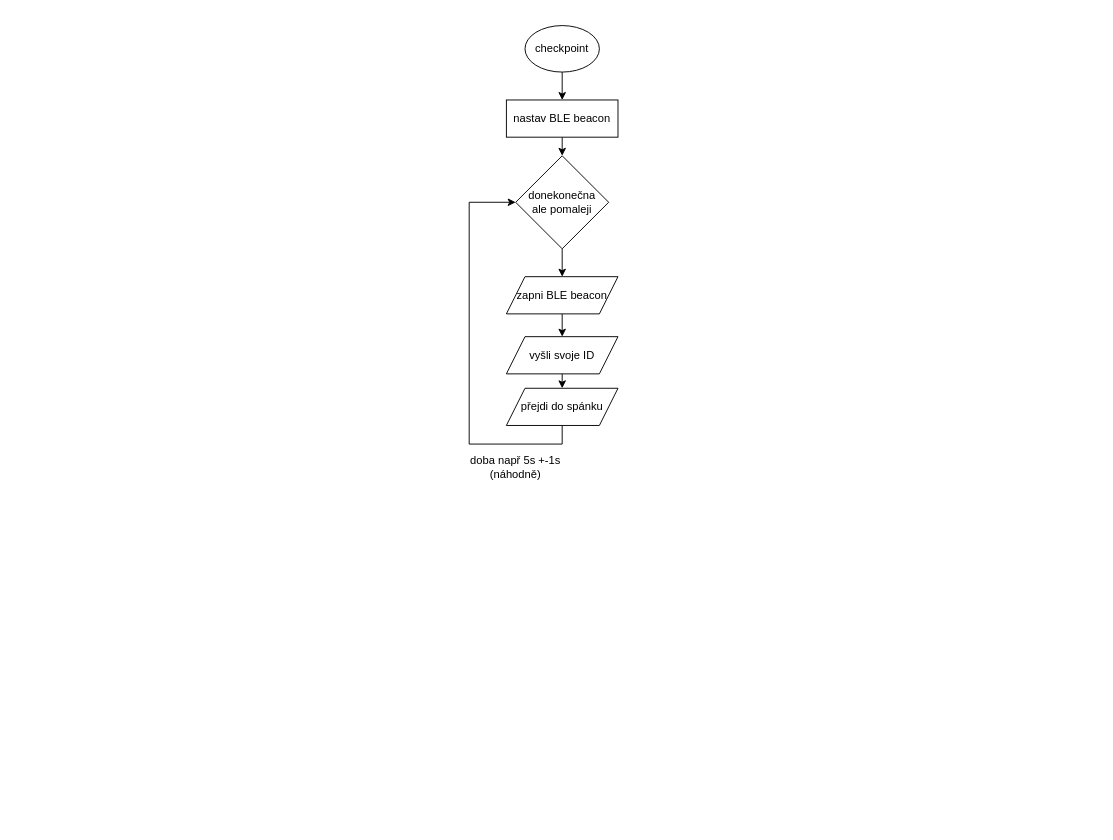
Before: docs/presnejsi vyvojak.drawio in AveryVio/FindMe-lovecka-hra, a draw.io diagram. Source tidied: cells renumbered, new cells numbered last; positions are measured from the earlier drawing's top-left corner, leaving out a move shared by most shapes. Both pictures are drawn from the tidied source at 93%, with x=0, y=0 at pixel (469, 25).
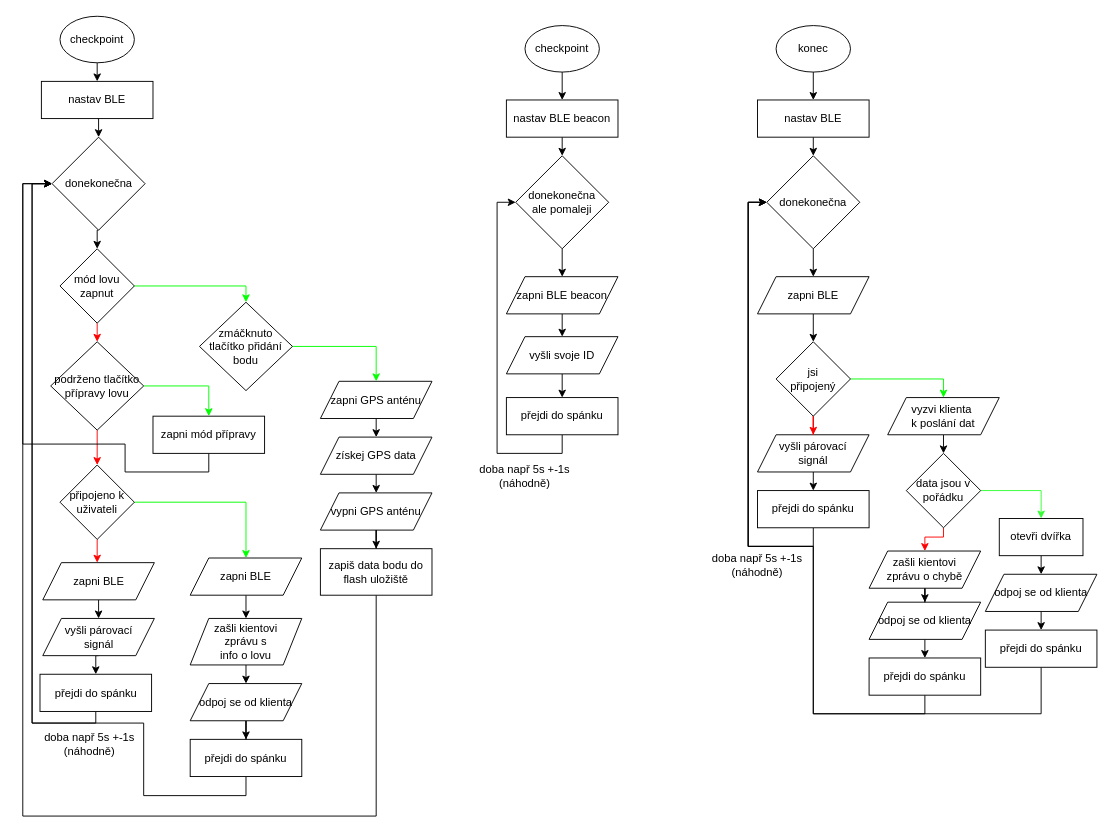
The same page after the edit.

The change refers to these unchanged cells:
```xml
<mxCell id="5" value="donekonečna&lt;div&gt;ale pomaleji&lt;/div&gt;" style="rhombus;whiteSpace=wrap;html=1;" parent="1" vertex="1">
  <mxGeometry x="50" y="140" width="100" height="100" as="geometry" />
</mxCell>
<mxCell id="11" value="vyšli svoje ID" style="shape=parallelogram;perimeter=parallelogramPerimeter;whiteSpace=wrap;html=1;fixedSize=1;" parent="1" vertex="1">
  <mxGeometry x="40" y="334.5" width="120" height="40" as="geometry" />
</mxCell>
```

Diff of the diagram source:
```diff
@@
-    <mxCell id="10" style="edgeStyle=orthogonalEdgeStyle;rounded=0;jettySize=auto;html=1;exitX=0.5;exitY=1;exitDx=0;exitDy=0;entryX=0.5;entryY=0;entryDx=0;entryDy=0;" parent="1" edge="1" source="11" target="13">
-      <mxGeometry relative="1" as="geometry" />
-    </mxCell>
+    <mxCell id="15" style="edgeStyle=orthogonalEdgeStyle;rounded=0;jettySize=auto;html=1;exitX=0.5;exitY=1;exitDx=0;exitDy=0;entryX=0.5;entryY=0;entryDx=0;entryDy=0;" parent="1" edge="1" source="11" target="33">
+      <mxGeometry relative="1" as="geometry" />
+    </mxCell>
@@
-    <mxCell id="12" style="edgeStyle=orthogonalEdgeStyle;rounded=0;jettySize=auto;html=1;exitX=0.5;exitY=1;exitDx=0;exitDy=0;entryX=0;entryY=0.5;entryDx=0;entryDy=0;" parent="1" edge="1" source="13" target="5">
-      <mxGeometry relative="1" as="geometry">
-        <Array as="points">
-          <mxPoint x="100" y="450" />
-          <mxPoint y="450" />
-          <mxPoint y="190" />
-        </Array>
-      </mxGeometry>
-    </mxCell>
-    <mxCell id="13" value="přejdi do spánku" style="shape=parallelogram;perimeter=parallelogramPerimeter;whiteSpace=wrap;html=1;fixedSize=1;" parent="1" vertex="1">
-      <mxGeometry x="40" y="390" width="120" height="40" as="geometry" />
-    </mxCell>
     <mxCell id="14" value="doba např 5s +-1s (náhodně)" style="text;html=1;align=center;verticalAlign=middle;whiteSpace=wrap;rounded=0;" parent="1" vertex="1">
-      <mxGeometry y="460" width="100" height="30" as="geometry" />
+      <mxGeometry x="10" y="470" width="100" height="30" as="geometry" />
     </mxCell>
+    <mxCell id="16" style="edgeStyle=orthogonalEdgeStyle;rounded=0;jettySize=auto;html=1;exitX=0.5;exitY=1;exitDx=0;exitDy=0;entryX=0.5;entryY=0;entryDx=0;entryDy=0;" parent="1" edge="1" source="17" target="21">
+      <mxGeometry relative="1" as="geometry" />
+    </mxCell>
+    <mxCell id="17" value="&lt;div&gt;konec&lt;/div&gt;" style="ellipse;whiteSpace=wrap;html=1;" parent="1" vertex="1">
+      <mxGeometry x="330" width="80" height="50" as="geometry" />
+    </mxCell>
+    <mxCell id="18" style="edgeStyle=orthogonalEdgeStyle;rounded=0;jettySize=auto;html=1;exitX=0.5;exitY=1;exitDx=0;exitDy=0;entryX=0.5;entryY=0;entryDx=0;entryDy=0;" parent="1" edge="1" source="19" target="23">
+      <mxGeometry relative="1" as="geometry" />
+    </mxCell>
+    <mxCell id="19" value="donekonečna" style="rhombus;whiteSpace=wrap;html=1;" parent="1" vertex="1">
+      <mxGeometry x="320" y="140" width="100" height="100" as="geometry" />
+    </mxCell>
+    <mxCell id="20" style="edgeStyle=orthogonalEdgeStyle;rounded=0;jettySize=auto;html=1;exitX=0.5;exitY=1;exitDx=0;exitDy=0;entryX=0.5;entryY=0;entryDx=0;entryDy=0;" parent="1" edge="1" source="21" target="19">
+      <mxGeometry relative="1" as="geometry" />
+    </mxCell>
+    <mxCell id="21" value="nastav BLE" style="rounded=0;whiteSpace=wrap;html=1;" parent="1" vertex="1">
+      <mxGeometry x="310" y="80" width="120" height="40" as="geometry" />
+    </mxCell>
+    <mxCell id="22" style="edgeStyle=orthogonalEdgeStyle;rounded=0;jettySize=auto;html=1;exitX=0.5;exitY=1;exitDx=0;exitDy=0;entryX=0.5;entryY=0;entryDx=0;entryDy=0;" parent="1" edge="1" source="23" target="31">
+      <mxGeometry relative="1" as="geometry" />
+    </mxCell>
+    <mxCell id="23" value="zapni BLE" style="shape=parallelogram;perimeter=parallelogramPerimeter;whiteSpace=wrap;html=1;fixedSize=1;" parent="1" vertex="1">
+      <mxGeometry x="310" y="270" width="120" height="40" as="geometry" />
+    </mxCell>
+    <mxCell id="24" style="edgeStyle=orthogonalEdgeStyle;rounded=0;jettySize=auto;html=1;exitX=0.5;exitY=1;exitDx=0;exitDy=0;entryX=0.5;entryY=0;entryDx=0;entryDy=0;" parent="1" edge="1" source="25" target="35">
+      <mxGeometry relative="1" as="geometry" />
+    </mxCell>
+    <mxCell id="25" value="vyšli párovací&lt;div&gt;signál&lt;/div&gt;" style="shape=parallelogram;perimeter=parallelogramPerimeter;whiteSpace=wrap;html=1;fixedSize=1;" parent="1" vertex="1">
+      <mxGeometry x="310" y="440" width="120" height="40" as="geometry" />
+    </mxCell>
+    <mxCell id="26" value="doba např 5s +-1s (náhodně)" style="text;html=1;align=center;verticalAlign=middle;whiteSpace=wrap;rounded=0;" parent="1" vertex="1">
+      <mxGeometry x="260" y="565" width="100" height="30" as="geometry" />
+    </mxCell>
+    <mxCell id="27" style="edgeStyle=orthogonalEdgeStyle;rounded=0;jettySize=auto;html=1;exitX=0.5;exitY=1;exitDx=0;exitDy=0;entryX=0.5;entryY=0;entryDx=0;entryDy=0;" parent="1" edge="1" source="28" target="38">
+      <mxGeometry relative="1" as="geometry" />
+    </mxCell>
+    <mxCell id="28" value="vyzvi klienta&amp;nbsp;&lt;div&gt;k poslání dat&lt;/div&gt;" style="shape=parallelogram;perimeter=parallelogramPerimeter;whiteSpace=wrap;html=1;fixedSize=1;" parent="1" vertex="1">
+      <mxGeometry x="450" y="400" width="120" height="40" as="geometry" />
+    </mxCell>
+    <mxCell id="29" style="edgeStyle=orthogonalEdgeStyle;rounded=0;jettySize=auto;html=1;exitX=0.5;exitY=1;exitDx=0;exitDy=0;strokeColor=#FF0000;" parent="1" edge="1" source="31" target="25">
+      <mxGeometry relative="1" as="geometry" />
+    </mxCell>
+    <mxCell id="30" style="edgeStyle=orthogonalEdgeStyle;rounded=0;jettySize=auto;html=1;exitX=1;exitY=0.5;exitDx=0;exitDy=0;entryX=0.5;entryY=0;entryDx=0;entryDy=0;fillColor=#00FF00;strokeColor=#00FF00;" parent="1" edge="1" source="31" target="28">
+      <mxGeometry relative="1" as="geometry" />
+    </mxCell>
+    <mxCell id="31" value="&lt;div&gt;jsi&lt;/div&gt;připojený" style="rhombus;whiteSpace=wrap;html=1;" parent="1" vertex="1">
+      <mxGeometry x="330" y="340" width="80" height="80" as="geometry" />
+    </mxCell>
+    <mxCell id="32" style="edgeStyle=orthogonalEdgeStyle;rounded=0;jettySize=auto;html=1;exitX=0.5;exitY=1;exitDx=0;exitDy=0;entryX=0;entryY=0.5;entryDx=0;entryDy=0;" parent="1" edge="1" source="33" target="5">
+      <mxGeometry relative="1" as="geometry" />
+    </mxCell>
+    <mxCell id="33" value="přejdi do spánku" style="rounded=0;whiteSpace=wrap;html=1;" parent="1" vertex="1">
+      <mxGeometry x="40" y="400" width="120" height="40" as="geometry" />
+    </mxCell>
+    <mxCell id="34" style="edgeStyle=orthogonalEdgeStyle;rounded=0;jettySize=auto;html=1;exitX=0.5;exitY=1;exitDx=0;exitDy=0;entryX=0;entryY=0.5;entryDx=0;entryDy=0;" parent="1" edge="1" source="35" target="19">
+      <mxGeometry relative="1" as="geometry" />
+    </mxCell>
+    <mxCell id="35" value="přejdi do spánku" style="rounded=0;whiteSpace=wrap;html=1;" parent="1" vertex="1">
+      <mxGeometry x="310" y="500" width="120" height="40" as="geometry" />
+    </mxCell>
+    <mxCell id="36" style="edgeStyle=orthogonalEdgeStyle;rounded=0;jettySize=auto;html=1;exitX=1;exitY=0.5;exitDx=0;exitDy=0;entryX=0.5;entryY=0;entryDx=0;entryDy=0;strokeColor=#33FF33;" parent="1" edge="1" source="38" target="40">
+      <mxGeometry relative="1" as="geometry" />
+    </mxCell>
+    <mxCell id="37" style="edgeStyle=orthogonalEdgeStyle;rounded=0;jettySize=auto;html=1;exitX=0.5;exitY=1;exitDx=0;exitDy=0;entryX=0.5;entryY=0;entryDx=0;entryDy=0;strokeColor=#FF0000;" parent="1" edge="1" source="38" target="46">
+      <mxGeometry relative="1" as="geometry">
+        <Array as="points">
+          <mxPoint x="510" y="550" />
+          <mxPoint x="490" y="550" />
+        </Array>
+      </mxGeometry>
+    </mxCell>
+    <mxCell id="38" value="data jsou v pořádku" style="rhombus;whiteSpace=wrap;html=1;" parent="1" vertex="1">
+      <mxGeometry x="470" y="460" width="80" height="80" as="geometry" />
+    </mxCell>
+    <mxCell id="39" style="edgeStyle=orthogonalEdgeStyle;rounded=0;jettySize=auto;html=1;exitX=0.5;exitY=1;exitDx=0;exitDy=0;entryX=0.5;entryY=0;entryDx=0;entryDy=0;" parent="1" edge="1" source="40" target="42">
+      <mxGeometry relative="1" as="geometry" />
+    </mxCell>
+    <mxCell id="40" value="otevři dvířka" style="rounded=0;whiteSpace=wrap;html=1;" parent="1" vertex="1">
+      <mxGeometry x="570" y="530" width="90" height="40" as="geometry" />
+    </mxCell>
+    <mxCell id="41" style="edgeStyle=orthogonalEdgeStyle;rounded=0;jettySize=auto;html=1;exitX=0.5;exitY=1;exitDx=0;exitDy=0;entryX=0.5;entryY=0;entryDx=0;entryDy=0;" parent="1" edge="1" source="42" target="44">
+      <mxGeometry relative="1" as="geometry" />
+    </mxCell>
+    <mxCell id="42" value="odpoj se od klienta" style="shape=parallelogram;perimeter=parallelogramPerimeter;whiteSpace=wrap;html=1;fixedSize=1;" parent="1" vertex="1">
+      <mxGeometry x="555" y="590" width="120" height="40" as="geometry" />
+    </mxCell>
+    <mxCell id="43" style="edgeStyle=orthogonalEdgeStyle;rounded=0;jettySize=auto;html=1;exitX=0.5;exitY=1;exitDx=0;exitDy=0;entryX=0;entryY=0.5;entryDx=0;entryDy=0;" parent="1" edge="1" source="44" target="19">
+      <mxGeometry relative="1" as="geometry">
+        <Array as="points">
+          <mxPoint x="615" y="740" />
+          <mxPoint x="370" y="740" />
+          <mxPoint x="370" y="560" />
+          <mxPoint x="300" y="560" />
+          <mxPoint x="300" y="190" />
+        </Array>
+      </mxGeometry>
+    </mxCell>
+    <mxCell id="44" value="přejdi do spánku" style="rounded=0;whiteSpace=wrap;html=1;" parent="1" vertex="1">
+      <mxGeometry x="555" y="650" width="120" height="40" as="geometry" />
+    </mxCell>
+    <mxCell id="45" style="edgeStyle=orthogonalEdgeStyle;rounded=0;jettySize=auto;html=1;exitX=0.5;exitY=1;exitDx=0;exitDy=0;" parent="1" edge="1" source="46" target="50">
+      <mxGeometry relative="1" as="geometry" />
+    </mxCell>
+    <mxCell id="46" value="zašli kientovi&lt;div&gt;zprávu o chybě&lt;/div&gt;" style="shape=parallelogram;perimeter=parallelogramPerimeter;whiteSpace=wrap;html=1;fixedSize=1;" parent="1" vertex="1">
+      <mxGeometry x="430" y="565" width="120" height="40" as="geometry" />
+    </mxCell>
+    <mxCell id="47" style="edgeStyle=orthogonalEdgeStyle;rounded=0;jettySize=auto;html=1;exitX=0.5;exitY=1;exitDx=0;exitDy=0;entryX=0;entryY=0.5;entryDx=0;entryDy=0;" parent="1" edge="1" source="48" target="19">
+      <mxGeometry relative="1" as="geometry">
+        <Array as="points">
+          <mxPoint x="490" y="740" />
+          <mxPoint x="370" y="740" />
+          <mxPoint x="370" y="560" />
+          <mxPoint x="300" y="560" />
+          <mxPoint x="300" y="190" />
+        </Array>
+      </mxGeometry>
+    </mxCell>
+    <mxCell id="48" value="přejdi do spánku" style="rounded=0;whiteSpace=wrap;html=1;" parent="1" vertex="1">
+      <mxGeometry x="430" y="680" width="120" height="40" as="geometry" />
+    </mxCell>
+    <mxCell id="49" style="edgeStyle=orthogonalEdgeStyle;rounded=0;jettySize=auto;html=1;exitX=0.5;exitY=1;exitDx=0;exitDy=0;entryX=0.5;entryY=0;entryDx=0;entryDy=0;" parent="1" edge="1" source="50" target="48">
+      <mxGeometry relative="1" as="geometry" />
+    </mxCell>
+    <mxCell id="50" value="odpoj se od klienta" style="shape=parallelogram;perimeter=parallelogramPerimeter;whiteSpace=wrap;html=1;fixedSize=1;" parent="1" vertex="1">
+      <mxGeometry x="430" y="620" width="120" height="40" as="geometry" />
+    </mxCell>
+    <mxCell id="51" style="edgeStyle=orthogonalEdgeStyle;rounded=0;jettySize=auto;html=1;exitX=0.5;exitY=1;exitDx=0;exitDy=0;entryX=0.5;entryY=0;entryDx=0;entryDy=0;" parent="1" edge="1" source="52" target="56">
+      <mxGeometry relative="1" as="geometry" />
+    </mxCell>
+    <mxCell id="52" value="&lt;div&gt;checkpoin&lt;span style=&quot;background-color: initial;&quot;&gt;t&lt;/span&gt;&lt;/div&gt;" style="ellipse;whiteSpace=wrap;html=1;" parent="1" vertex="1">
+      <mxGeometry x="-440" y="-10" width="80" height="50" as="geometry" />
+    </mxCell>
+    <mxCell id="53" style="edgeStyle=orthogonalEdgeStyle;rounded=0;jettySize=auto;html=1;exitX=0.5;exitY=1;exitDx=0;exitDy=0;entryX=0.5;entryY=0;entryDx=0;entryDy=0;" parent="1" edge="1" source="54" target="77">
+      <mxGeometry relative="1" as="geometry" />
+    </mxCell>
+    <mxCell id="54" value="donekonečna" style="rhombus;whiteSpace=wrap;html=1;" parent="1" vertex="1">
+      <mxGeometry x="-448.5" y="120" width="100" height="100" as="geometry" />
+    </mxCell>
+    <mxCell id="55" style="edgeStyle=orthogonalEdgeStyle;rounded=0;jettySize=auto;html=1;exitX=0.5;exitY=1;exitDx=0;exitDy=0;entryX=0.5;entryY=0;entryDx=0;entryDy=0;" parent="1" edge="1" source="56" target="54">
+      <mxGeometry relative="1" as="geometry" />
+    </mxCell>
+    <mxCell id="56" value="nastav BLE" style="rounded=0;whiteSpace=wrap;html=1;" parent="1" vertex="1">
+      <mxGeometry x="-460" y="60" width="120" height="40" as="geometry" />
+    </mxCell>
+    <mxCell id="57" value="doba např 5s +-1s (náhodně)" style="text;html=1;align=center;verticalAlign=middle;whiteSpace=wrap;rounded=0;" parent="1" vertex="1">
+      <mxGeometry x="-458.5" y="757.5" width="100" height="30" as="geometry" />
+    </mxCell>
+    <mxCell id="58" style="edgeStyle=orthogonalEdgeStyle;rounded=0;jettySize=auto;html=1;exitX=0.5;exitY=1;exitDx=0;exitDy=0;entryX=0.5;entryY=0;entryDx=0;entryDy=0;" parent="1" edge="1" source="59" target="61">
+      <mxGeometry relative="1" as="geometry" />
+    </mxCell>
+    <mxCell id="59" value="zapni GPS anténu" style="shape=parallelogram;perimeter=parallelogramPerimeter;whiteSpace=wrap;html=1;fixedSize=1;" parent="1" vertex="1">
+      <mxGeometry x="-160" y="382.5" width="120" height="40" as="geometry" />
+    </mxCell>
+    <mxCell id="60" style="edgeStyle=orthogonalEdgeStyle;rounded=0;jettySize=auto;html=1;exitX=0.5;exitY=1;exitDx=0;exitDy=0;entryX=0.5;entryY=0;entryDx=0;entryDy=0;" parent="1" edge="1" source="61" target="63">
+      <mxGeometry relative="1" as="geometry" />
+    </mxCell>
+    <mxCell id="61" value="získej GPS data" style="shape=parallelogram;perimeter=parallelogramPerimeter;whiteSpace=wrap;html=1;fixedSize=1;" parent="1" vertex="1">
+      <mxGeometry x="-160" y="442.5" width="120" height="40" as="geometry" />
+    </mxCell>
+    <mxCell id="62" style="edgeStyle=orthogonalEdgeStyle;rounded=0;jettySize=auto;html=1;exitX=0.5;exitY=1;exitDx=0;exitDy=0;" parent="1" edge="1" source="63" target="67">
+      <mxGeometry relative="1" as="geometry" />
+    </mxCell>
+    <mxCell id="63" value="vypni GPS anténu" style="shape=parallelogram;perimeter=parallelogramPerimeter;whiteSpace=wrap;html=1;fixedSize=1;" parent="1" vertex="1">
+      <mxGeometry x="-160" y="502.5" width="120" height="40" as="geometry" />
+    </mxCell>
+    <mxCell id="64" style="edgeStyle=orthogonalEdgeStyle;rounded=0;jettySize=auto;html=1;exitX=0.5;exitY=1;exitDx=0;exitDy=0;entryX=0.5;entryY=0;entryDx=0;entryDy=0;" parent="1" edge="1" source="65" target="79">
+      <mxGeometry relative="1" as="geometry" />
+    </mxCell>
+    <mxCell id="65" value="zapni BLE" style="shape=parallelogram;perimeter=parallelogramPerimeter;whiteSpace=wrap;html=1;fixedSize=1;" parent="1" vertex="1">
+      <mxGeometry x="-458.5" y="577.5" width="120" height="40" as="geometry" />
+    </mxCell>
+    <mxCell id="66" style="edgeStyle=orthogonalEdgeStyle;rounded=0;jettySize=auto;html=1;exitX=0.5;exitY=1;exitDx=0;exitDy=0;entryX=0;entryY=0.5;entryDx=0;entryDy=0;" parent="1" edge="1" source="67" target="54">
+      <mxGeometry relative="1" as="geometry">
+        <Array as="points">
+          <mxPoint x="-100" y="850" />
+          <mxPoint x="-480" y="850" />
+          <mxPoint x="-480" y="170" />
+        </Array>
+      </mxGeometry>
+    </mxCell>
+    <mxCell id="67" value="zapiš data bodu do flash uložiště" style="rounded=0;whiteSpace=wrap;html=1;" parent="1" vertex="1">
+      <mxGeometry x="-160" y="562.5" width="120" height="50" as="geometry" />
+    </mxCell>
+    <mxCell id="68" style="edgeStyle=orthogonalEdgeStyle;rounded=0;jettySize=auto;html=1;exitX=1;exitY=0.5;exitDx=0;exitDy=0;entryX=0.5;entryY=0;entryDx=0;entryDy=0;strokeColor=#00FF00;" parent="1" edge="1" source="69" target="59">
+      <mxGeometry relative="1" as="geometry" />
+    </mxCell>
+    <mxCell id="69" value="zmáčknuto tlačítko přidání bodu" style="rhombus;whiteSpace=wrap;html=1;" parent="1" vertex="1">
+      <mxGeometry x="-290" y="297.5" width="100" height="95" as="geometry" />
+    </mxCell>
+    <mxCell id="70" style="edgeStyle=orthogonalEdgeStyle;rounded=0;jettySize=auto;html=1;exitX=0.5;exitY=1;exitDx=0;exitDy=0;entryX=0.5;entryY=0;entryDx=0;entryDy=0;strokeColor=#FF0000;" parent="1" edge="1" source="72" target="84">
+      <mxGeometry relative="1" as="geometry" />
+    </mxCell>
+    <mxCell id="71" style="edgeStyle=orthogonalEdgeStyle;rounded=0;jettySize=auto;html=1;exitX=1;exitY=0.5;exitDx=0;exitDy=0;entryX=0.5;entryY=0;entryDx=0;entryDy=0;strokeColor=#00FF00;" parent="1" edge="1" source="72" target="74">
+      <mxGeometry relative="1" as="geometry" />
+    </mxCell>
+    <mxCell id="72" value="podrženo tlačítko přípravy lovu" style="rhombus;whiteSpace=wrap;html=1;" parent="1" vertex="1">
+      <mxGeometry x="-450" y="340" width="100" height="95" as="geometry" />
+    </mxCell>
+    <mxCell id="73" style="edgeStyle=orthogonalEdgeStyle;rounded=0;jettySize=auto;html=1;exitX=0.5;exitY=1;exitDx=0;exitDy=0;entryX=0;entryY=0.5;entryDx=0;entryDy=0;" parent="1" edge="1" source="74" target="54">
+      <mxGeometry relative="1" as="geometry">
+        <Array as="points">
+          <mxPoint x="-280" y="480" />
+          <mxPoint x="-370" y="480" />
+          <mxPoint x="-370" y="450" />
+          <mxPoint x="-480" y="450" />
+          <mxPoint x="-480" y="170" />
+        </Array>
+      </mxGeometry>
+    </mxCell>
+    <mxCell id="74" value="zapni mód přípravy" style="rounded=0;whiteSpace=wrap;html=1;" parent="1" vertex="1">
+      <mxGeometry x="-340" y="420" width="120" height="40" as="geometry" />
+    </mxCell>
+    <mxCell id="75" style="edgeStyle=orthogonalEdgeStyle;rounded=0;jettySize=auto;html=1;exitX=0.5;exitY=1;exitDx=0;exitDy=0;entryX=0.5;entryY=0;entryDx=0;entryDy=0;strokeColor=#FF0000;" parent="1" edge="1" source="77" target="72">
+      <mxGeometry relative="1" as="geometry" />
+    </mxCell>
+    <mxCell id="76" style="edgeStyle=orthogonalEdgeStyle;rounded=0;jettySize=auto;html=1;exitX=1;exitY=0.5;exitDx=0;exitDy=0;entryX=0.5;entryY=0;entryDx=0;entryDy=0;strokeColor=#00FF00;" parent="1" edge="1" source="77" target="69">
+      <mxGeometry relative="1" as="geometry">
+        <Array as="points">
+          <mxPoint x="-240" y="280" />
+        </Array>
+      </mxGeometry>
+    </mxCell>
+    <mxCell id="77" value="mód lovu zapnut" style="rhombus;whiteSpace=wrap;html=1;" parent="1" vertex="1">
+      <mxGeometry x="-440" y="240" width="80" height="80" as="geometry" />
+    </mxCell>
+    <mxCell id="78" style="edgeStyle=orthogonalEdgeStyle;rounded=0;jettySize=auto;html=1;exitX=0.5;exitY=1;exitDx=0;exitDy=0;entryX=0.5;entryY=0;entryDx=0;entryDy=0;" parent="1" edge="1" source="79" target="81">
+      <mxGeometry relative="1" as="geometry" />
+    </mxCell>
+    <mxCell id="79" value="vyšli párovací&lt;div&gt;signál&lt;/div&gt;" style="shape=parallelogram;perimeter=parallelogramPerimeter;whiteSpace=wrap;html=1;fixedSize=1;" parent="1" vertex="1">
+      <mxGeometry x="-458.5" y="637.5" width="120" height="40" as="geometry" />
+    </mxCell>
+    <mxCell id="80" style="edgeStyle=orthogonalEdgeStyle;rounded=0;jettySize=auto;html=1;exitX=0.5;exitY=1;exitDx=0;exitDy=0;entryX=0;entryY=0.5;entryDx=0;entryDy=0;" parent="1" edge="1" source="81" target="54">
+      <mxGeometry relative="1" as="geometry">
+        <Array as="points">
+          <mxPoint x="-401" y="750" />
+          <mxPoint x="-470" y="750" />
+          <mxPoint x="-470" y="170" />
+        </Array>
+      </mxGeometry>
+    </mxCell>
+    <mxCell id="81" value="přejdi do spánku" style="rounded=0;whiteSpace=wrap;html=1;" parent="1" vertex="1">
+      <mxGeometry x="-461.5" y="697.5" width="120" height="40" as="geometry" />
+    </mxCell>
+    <mxCell id="82" style="edgeStyle=orthogonalEdgeStyle;rounded=0;jettySize=auto;html=1;exitX=0.5;exitY=1;exitDx=0;exitDy=0;strokeColor=#FF0000;" parent="1" edge="1" source="84" target="65">
+      <mxGeometry relative="1" as="geometry">
+        <Array as="points">
+          <mxPoint x="-400" y="580" />
+          <mxPoint x="-400" y="580" />
+        </Array>
+      </mxGeometry>
+    </mxCell>
+    <mxCell id="83" style="edgeStyle=orthogonalEdgeStyle;rounded=0;jettySize=auto;html=1;exitX=1;exitY=0.5;exitDx=0;exitDy=0;entryX=0.5;entryY=0;entryDx=0;entryDy=0;fillColor=#00FF00;strokeColor=#00FF00;" parent="1" edge="1" source="84" target="88">
+      <mxGeometry relative="1" as="geometry" />
+    </mxCell>
+    <mxCell id="84" value="připojeno k uživateli" style="rhombus;whiteSpace=wrap;html=1;" parent="1" vertex="1">
+      <mxGeometry x="-440" y="472.5" width="80" height="80" as="geometry" />
+    </mxCell>
+    <mxCell id="85" style="edgeStyle=orthogonalEdgeStyle;rounded=0;jettySize=auto;html=1;exitX=0.5;exitY=1;exitDx=0;exitDy=0;entryX=0.5;entryY=0;entryDx=0;entryDy=0;" parent="1" edge="1" source="86" target="92">
+      <mxGeometry relative="1" as="geometry" />
+    </mxCell>
+    <mxCell id="86" value="zašli kientovi&lt;div&gt;zprávu s&lt;/div&gt;&lt;div&gt;info o lovu&lt;/div&gt;" style="shape=parallelogram;perimeter=parallelogramPerimeter;whiteSpace=wrap;html=1;fixedSize=1;" parent="1" vertex="1">
+      <mxGeometry x="-300" y="637.5" width="120" height="50" as="geometry" />
+    </mxCell>
+    <mxCell id="87" style="edgeStyle=orthogonalEdgeStyle;rounded=0;jettySize=auto;html=1;exitX=0.5;exitY=1;exitDx=0;exitDy=0;entryX=0.5;entryY=0;entryDx=0;entryDy=0;" parent="1" edge="1" source="88" target="86">
+      <mxGeometry relative="1" as="geometry" />
+    </mxCell>
+    <mxCell id="88" value="zapni BLE" style="shape=parallelogram;perimeter=parallelogramPerimeter;whiteSpace=wrap;html=1;fixedSize=1;" parent="1" vertex="1">
+      <mxGeometry x="-300" y="572.5" width="120" height="40" as="geometry" />
+    </mxCell>
+    <mxCell id="89" style="edgeStyle=orthogonalEdgeStyle;rounded=0;jettySize=auto;html=1;exitX=0.5;exitY=1;exitDx=0;exitDy=0;entryX=0;entryY=0.5;entryDx=0;entryDy=0;" parent="1" edge="1" source="90" target="54">
+      <mxGeometry relative="1" as="geometry">
+        <Array as="points">
+          <mxPoint x="-240" y="828" />
+          <mxPoint x="-350" y="828" />
+          <mxPoint x="-350" y="750" />
+          <mxPoint x="-470" y="750" />
+          <mxPoint x="-470" y="170" />
+        </Array>
+      </mxGeometry>
+    </mxCell>
+    <mxCell id="90" value="přejdi do spánku" style="rounded=0;whiteSpace=wrap;html=1;" parent="1" vertex="1">
+      <mxGeometry x="-300" y="767.5" width="120" height="40" as="geometry" />
+    </mxCell>
+    <mxCell id="91" style="edgeStyle=orthogonalEdgeStyle;rounded=0;jettySize=auto;html=1;exitX=0.5;exitY=1;exitDx=0;exitDy=0;" parent="1" edge="1" source="92" target="90">
+      <mxGeometry relative="1" as="geometry" />
+    </mxCell>
+    <mxCell id="92" value="odpoj se od klienta" style="shape=parallelogram;perimeter=parallelogramPerimeter;whiteSpace=wrap;html=1;fixedSize=1;" parent="1" vertex="1">
+      <mxGeometry x="-300" y="707.5" width="120" height="40" as="geometry" />
+    </mxCell>
```
